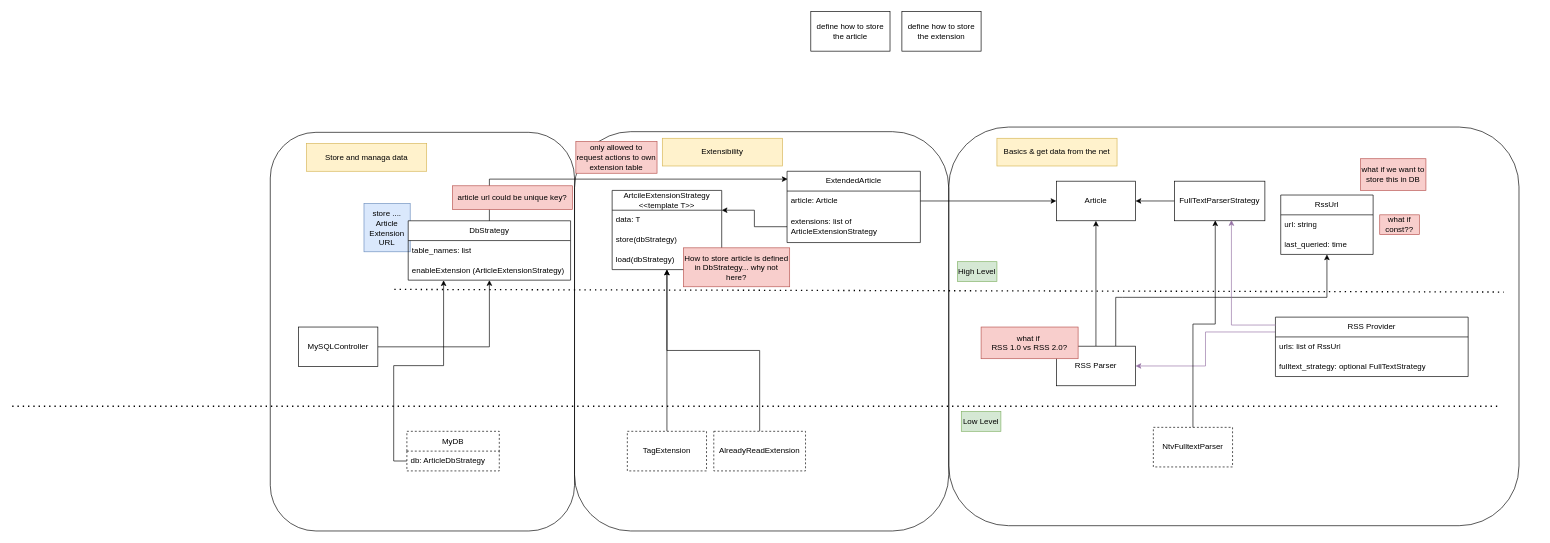
This is doc/source/img/architecture.drawio from parthux1/feedcat, a draw.io file, before an edit. Source tidied: cells renumbered, new cells numbered last; positions are measured from the earlier drawing's top-left corner, leaving out a move shared by most shapes. Both pictures are drawn from the tidied source at 66%, with x=0, y=0 at pixel (12, 11).
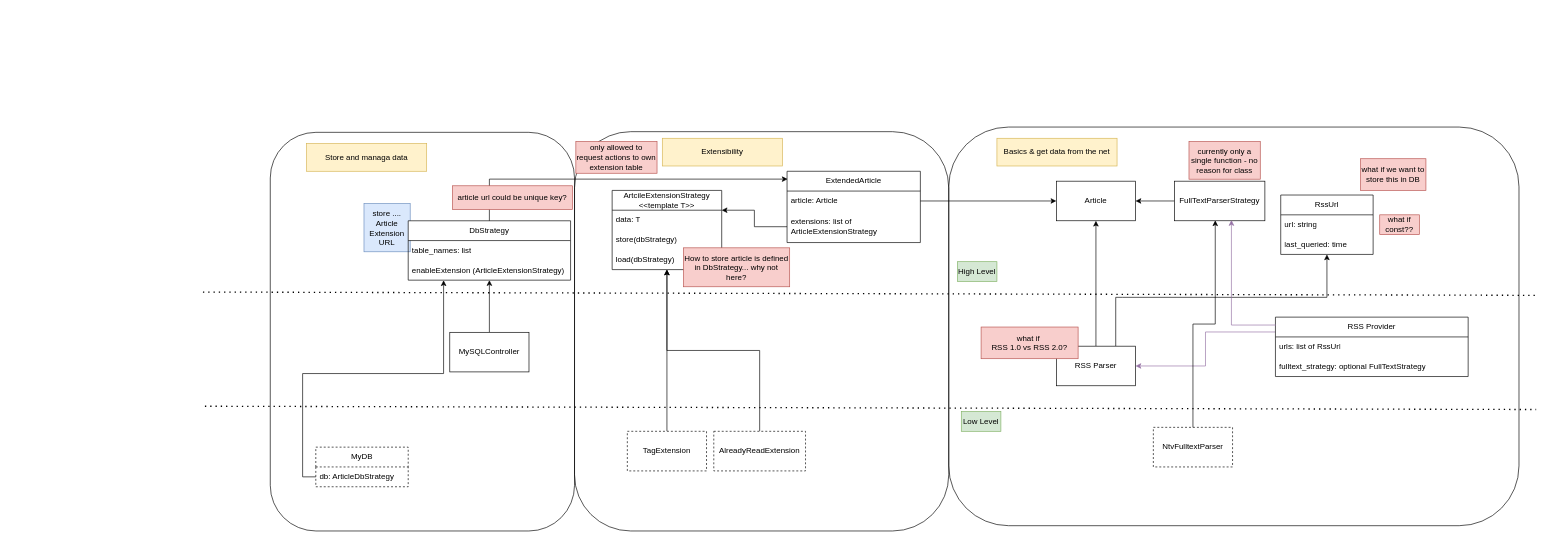
After the change.

Commit message (it also covers changes not shown here):
architecture plan

What changed in the source:
```diff
@@
     <mxCell id="19" style="endArrow=none;dashed=1;html=1;dashPattern=1 3;strokeWidth=2;rounded=0;" parent="1" edge="1">
       <mxGeometry relative="1" as="geometry">
-        <mxPoint x="579" y="421" as="sourcePoint" />
-        <mxPoint x="2260" y="425" as="targetPoint" />
+        <mxPoint x="289" y="425" as="sourcePoint" />
+        <mxPoint x="2312" y="430" as="targetPoint" />
       </mxGeometry>
     </mxCell>
     <mxCell id="20" style="endArrow=none;dashed=1;html=1;dashPattern=1 3;strokeWidth=2;rounded=0;" parent="1" edge="1">
       <mxGeometry relative="1" as="geometry">
-        <mxPoint y="598" as="sourcePoint" />
-        <mxPoint x="2255" y="598" as="targetPoint" />
+        <mxPoint x="292" y="598" as="sourcePoint" />
+        <mxPoint x="2309" y="603" as="targetPoint" />
       </mxGeometry>
     </mxCell>
@@
     <mxCell id="28" value="MySQLController" style="rounded=0;whiteSpace=wrap;html=1;" parent="1" vertex="1">
-      <mxGeometry x="434" y="478" width="120" height="60" as="geometry" />
+      <mxGeometry x="663" y="486" width="120" height="60" as="geometry" />
     </mxCell>
@@
     <mxCell id="37" value="MyDB" style="swimlane;fontStyle=0;horizontal=1;startSize=30;whiteSpace=wrap;html=1;dashed=1;" parent="1" vertex="1">
-      <mxGeometry x="598" y="636" width="140" height="60" as="geometry" />
+      <mxGeometry x="460" y="660" width="140" height="60" as="geometry" />
     </mxCell>
@@
-    <mxCell id="40" value="define how to store the article" style="rounded=0;whiteSpace=wrap;html=1;" parent="1" vertex="1">
-      <mxGeometry x="1210" width="120" height="60" as="geometry" />
-    </mxCell>
-    <mxCell id="41" value="define how to store the extension" style="rounded=0;whiteSpace=wrap;html=1;" parent="1" vertex="1">
-      <mxGeometry x="1348" width="120" height="60" as="geometry" />
-    </mxCell>
@@
+    <mxCell id="59" value="currently only a single function - no reason for class" style="text;html=1;strokeColor=#b85450;fillColor=#f8cecc;align=center;verticalAlign=middle;whiteSpace=wrap;rounded=0;" parent="1" vertex="1">
+      <mxGeometry x="1783" y="197" width="108" height="57" as="geometry" />
+    </mxCell>
```
